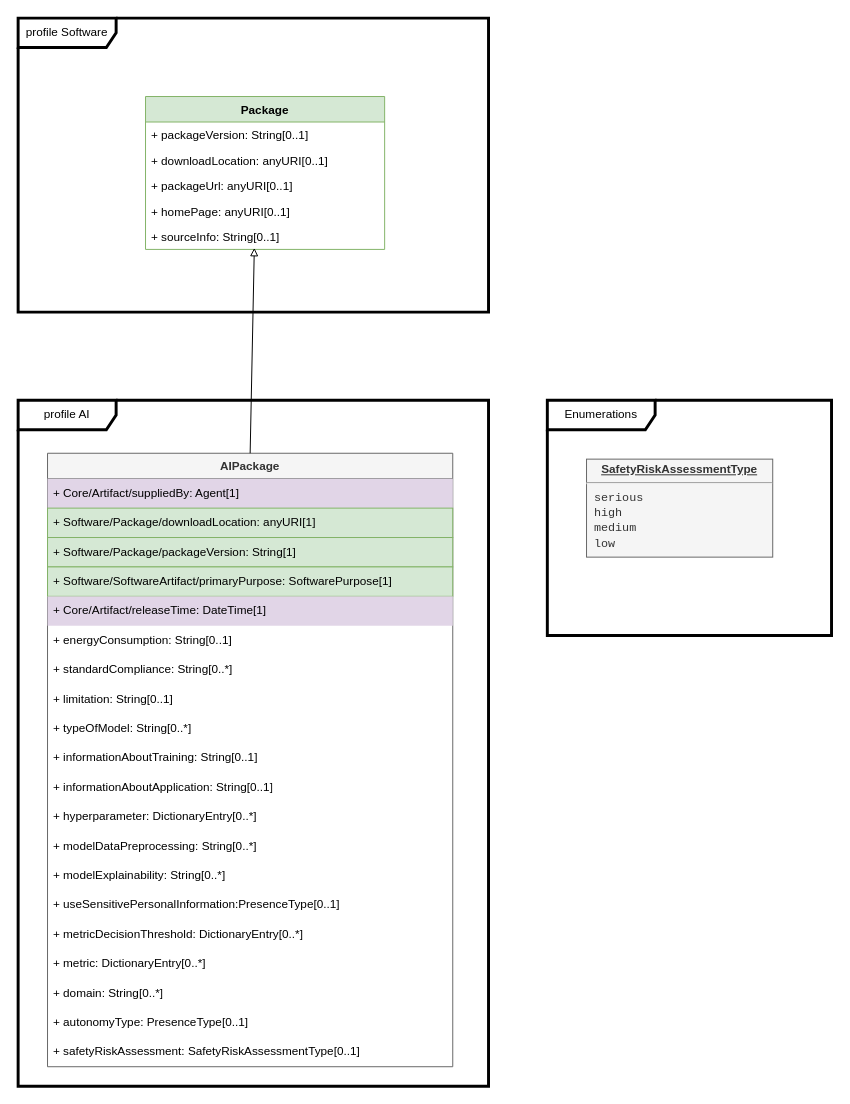
The draw.io diagram page "AI" (5 of 7) of model.drawio in spdx/spdx-3-model, before the edit. Source tidied: cells renumbered, new cells numbered last; positions are measured from the earlier drawing's top-left corner, leaving out a move shared by most shapes. Both pictures are drawn from the tidied source at 98%, with x=0, y=0 at pixel (18, 18).
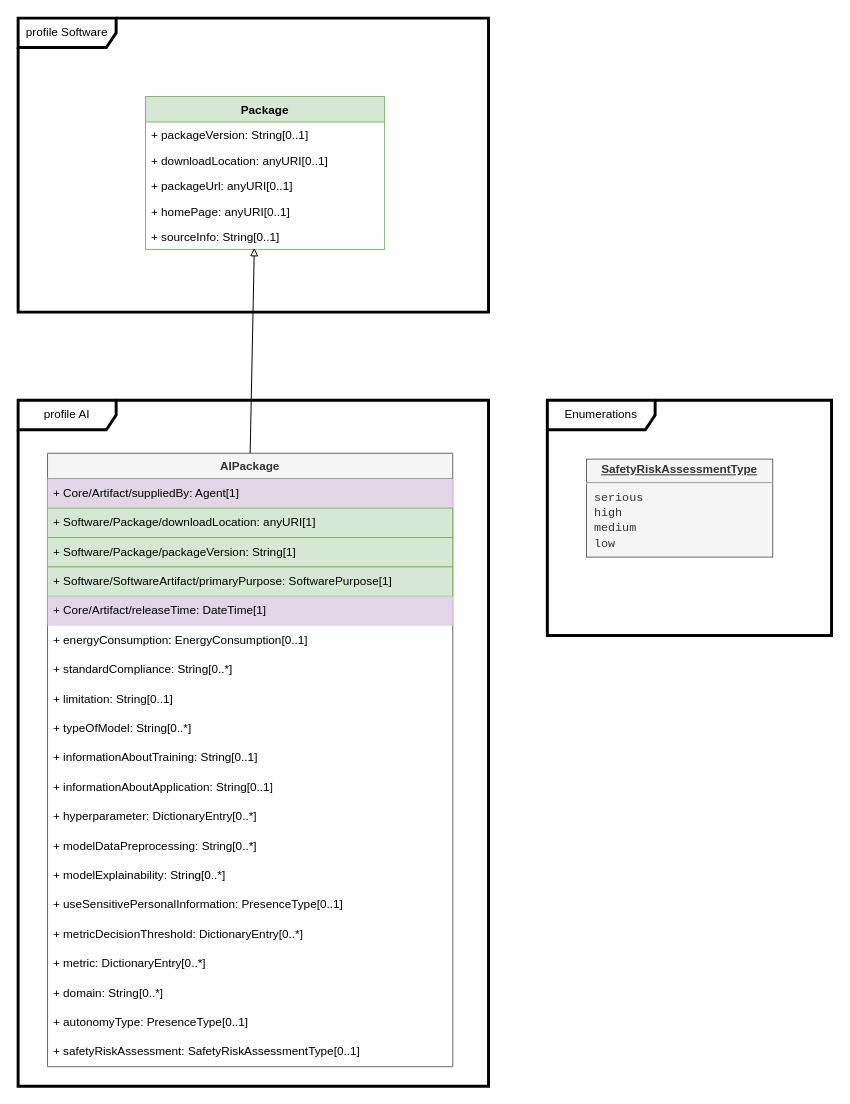
The same page after the edit.

Commit message (it also covers changes not shown here):
Change energyConsumption type to EnergyConsumption

The change refers to these unchanged cells:
```xml
<mxCell id="10" value="AIPackage" style="swimlane;fontStyle=1;horizontal=1;startSize=26;fillColor=#f5f5f5;strokeColor=#666666;fontColor=#333333;" parent="1" vertex="1">
  <mxGeometry x="30" y="444" width="413.5" height="626" as="geometry" />
</mxCell>
```

Change to the diagram source:
```diff
@@
-    <mxCell id="16" value="+ energyConsumption: String[0..1]" style="text;strokeColor=none;fillColor=none;align=left;verticalAlign=middle;spacingLeft=4;spacingRight=4;overflow=hidden;whiteSpace=wrap;html=1;" parent="10" vertex="1">
+    <mxCell id="16" value="+ energyConsumption: EnergyConsumption[0..1]" style="text;strokeColor=none;fillColor=none;align=left;verticalAlign=middle;spacingLeft=4;spacingRight=4;overflow=hidden;whiteSpace=wrap;html=1;" parent="10" vertex="1">
       <mxGeometry y="176" width="413.5" height="30" as="geometry" />
     </mxCell>
@@
-    <mxCell id="25" value="+ useSensitivePersonalInformation:PresenceType[0..1]" style="text;strokeColor=none;fillColor=none;align=left;verticalAlign=middle;spacingLeft=4;spacingRight=4;overflow=hidden;whiteSpace=wrap;html=1;" parent="10" vertex="1">
+    <mxCell id="25" value="+ useSensitivePersonalInformation: PresenceType[0..1]" style="text;strokeColor=none;fillColor=none;align=left;verticalAlign=middle;spacingLeft=4;spacingRight=4;overflow=hidden;whiteSpace=wrap;html=1;" parent="10" vertex="1">
       <mxGeometry y="446" width="413.5" height="30" as="geometry" />
     </mxCell>
```
